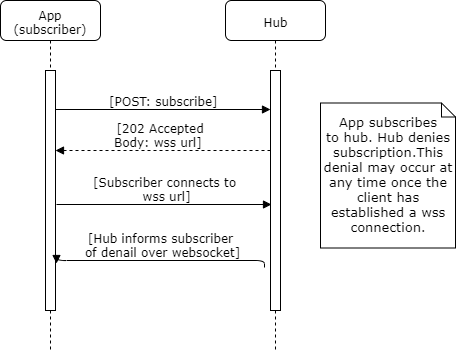
Above: docs/img/Denied Websocket Subscription Sequence.png in HL7/fhircast-docs (draw.io), before the change. Source tidied: cells renumbered, new cells last; positions are measured from the earlier drawing's top-left corner, leaving out a move shared by most shapes. Source of this version:
```xml
<mxGraphModel>
  <root>
    <mxCell id="0" />
    <mxCell id="1" parent="0" />
    <mxCell id="2" value="App (subscriber)" style="shape=umlLifeline;perimeter=lifelinePerimeter;whiteSpace=wrap;html=1;rounded=1;shadow=0;comic=0;labelBackgroundColor=none;strokeColor=#000000;strokeWidth=1;fillColor=#FFFFFF;fontFamily=Verdana;fontSize=12;fontColor=#000000;align=center;" parent="1" vertex="1">
      <mxGeometry width="100" height="350" as="geometry" />
    </mxCell>
    <mxCell id="3" style="html=1;points=[];perimeter=orthogonalPerimeter;rounded=0;shadow=0;comic=0;labelBackgroundColor=none;strokeColor=#000000;strokeWidth=1;fillColor=#FFFFFF;fontFamily=Verdana;fontSize=12;fontColor=#000000;align=center;" parent="2" vertex="1">
      <mxGeometry x="45" y="70" width="10" height="240" as="geometry" />
    </mxCell>
    <mxCell id="4" value="Hub" style="shape=umlLifeline;perimeter=lifelinePerimeter;whiteSpace=wrap;html=1;rounded=1;shadow=0;comic=0;labelBackgroundColor=none;strokeColor=#000000;strokeWidth=1;fillColor=#FFFFFF;fontFamily=Verdana;fontSize=12;fontColor=#000000;align=center;" parent="1" vertex="1">
      <mxGeometry x="225" width="100" height="350" as="geometry" />
    </mxCell>
    <mxCell id="5" style="html=1;points=[];perimeter=orthogonalPerimeter;rounded=0;shadow=0;comic=0;labelBackgroundColor=none;strokeColor=#000000;strokeWidth=1;fillColor=#FFFFFF;fontFamily=Verdana;fontSize=12;fontColor=#000000;align=center;" parent="4" vertex="1">
      <mxGeometry x="45" y="70" width="10" height="240" as="geometry" />
    </mxCell>
    <mxCell id="6" value="[POST: subscribe]" style="html=1;verticalAlign=bottom;endArrow=block;entryX=0;entryY=0.163;labelBackgroundColor=none;fontFamily=Verdana;fontSize=12;edgeStyle=elbowEdgeStyle;elbow=vertical;entryDx=0;entryDy=0;entryPerimeter=0;" parent="1" edge="1" source="3" target="5">
      <mxGeometry relative="1" as="geometry" />
    </mxCell>
    <mxCell id="7" value="[Hub informs subscriber &lt;br&gt;of denail over websocket]" style="html=1;verticalAlign=bottom;endArrow=block;labelBackgroundColor=none;fontFamily=Verdana;fontSize=12;edgeStyle=elbowEdgeStyle;elbow=vertical;entryX=1.067;entryY=0.806;entryDx=0;entryDy=0;entryPerimeter=0;exitX=-0.633;exitY=0.822;exitDx=0;exitDy=0;exitPerimeter=0;" parent="1" edge="1" source="5" target="3">
      <mxGeometry relative="1" as="geometry">
        <Array as="points">
          <mxPoint x="170" y="260" />
          <mxPoint x="200" y="190" />
          <mxPoint x="180" y="180" />
          <mxPoint x="140" y="160" />
        </Array>
      </mxGeometry>
    </mxCell>
    <mxCell id="8" value="[202 Accepted&lt;br&gt;Body: wss url]&amp;nbsp;" style="html=1;verticalAlign=bottom;endArrow=block;labelBackgroundColor=none;fontFamily=Verdana;fontSize=12;edgeStyle=elbowEdgeStyle;elbow=horizontal;dashed=1;" parent="1" edge="1" source="5" target="3">
      <mxGeometry x="0.02" relative="1" as="geometry">
        <Array as="points">
          <mxPoint x="100" y="150" />
          <mxPoint x="140" y="140" />
          <mxPoint x="170" y="170" />
          <mxPoint x="180" y="150" />
          <mxPoint x="200" y="240" />
          <mxPoint x="220" y="225" />
        </Array>
      </mxGeometry>
    </mxCell>
    <mxCell id="9" value="&lt;font style=&quot;font-size: 13px&quot;&gt;App subscribes&lt;br&gt;to hub. Hub denies subscription.&lt;span style=&quot;box-sizing: border-box ; background-color: rgb(255 , 255 , 255)&quot;&gt;This denial may occur at any time once the client has established a wss connection.&lt;/span&gt;&lt;/font&gt;" style="shape=note;whiteSpace=wrap;html=1;size=14;verticalAlign=middle;align=center;spacingTop=-6;rounded=0;shadow=0;comic=0;labelBackgroundColor=none;strokeColor=#000000;strokeWidth=1;fillColor=#FFFFFF;fontFamily=Verdana;fontSize=12;fontColor=#000000;" parent="1" vertex="1">
      <mxGeometry x="320" y="102.5" width="135" height="145" as="geometry" />
    </mxCell>
    <mxCell id="10" value="[Subscriber connects to &lt;br&gt;wss url]" style="html=1;verticalAlign=bottom;endArrow=block;entryX=0;entryY=0.163;labelBackgroundColor=none;fontFamily=Verdana;fontSize=12;edgeStyle=elbowEdgeStyle;elbow=vertical;entryDx=0;entryDy=0;entryPerimeter=0;" parent="1" edge="1">
      <mxGeometry relative="1" as="geometry">
        <mxPoint x="56" y="204" as="sourcePoint" />
        <mxPoint x="271" y="204" as="targetPoint" />
      </mxGeometry>
    </mxCell>
  </root>
</mxGraphModel>
```
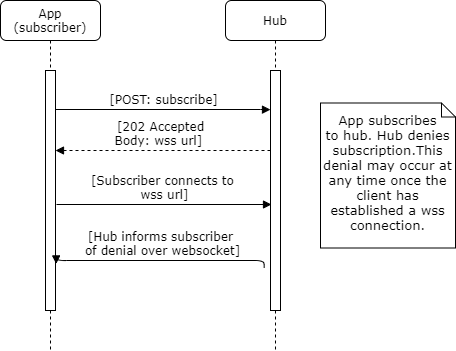
The same file after the commit.

Commit message:
correct mispelling in existing diagram

Correct mispelling in "Denied Websocket Subscription Sequence.png".

What changed in the source:
```diff
@@ -17,7 +17,7 @@
     <mxCell id="6" value="[POST: subscribe]" style="html=1;verticalAlign=bottom;endArrow=block;entryX=0;entryY=0.163;labelBackgroundColor=none;fontFamily=Verdana;fontSize=12;edgeStyle=elbowEdgeStyle;elbow=vertical;entryDx=0;entryDy=0;entryPerimeter=0;" parent="1" edge="1" source="3" target="5">
       <mxGeometry relative="1" as="geometry" />
     </mxCell>
-    <mxCell id="7" value="[Hub informs subscriber &lt;br&gt;of denail over websocket]" style="html=1;verticalAlign=bottom;endArrow=block;labelBackgroundColor=none;fontFamily=Verdana;fontSize=12;edgeStyle=elbowEdgeStyle;elbow=vertical;entryX=1.067;entryY=0.806;entryDx=0;entryDy=0;entryPerimeter=0;exitX=-0.633;exitY=0.822;exitDx=0;exitDy=0;exitPerimeter=0;" parent="1" edge="1" source="5" target="3">
+    <mxCell id="7" value="[Hub informs subscriber &lt;br&gt;of denial over websocket]" style="html=1;verticalAlign=bottom;endArrow=block;labelBackgroundColor=none;fontFamily=Verdana;fontSize=12;edgeStyle=elbowEdgeStyle;elbow=vertical;entryX=1.067;entryY=0.806;entryDx=0;entryDy=0;entryPerimeter=0;exitX=-0.633;exitY=0.822;exitDx=0;exitDy=0;exitPerimeter=0;" parent="1" edge="1" source="5" target="3">
       <mxGeometry relative="1" as="geometry">
         <Array as="points">
           <mxPoint x="170" y="260" />
```
